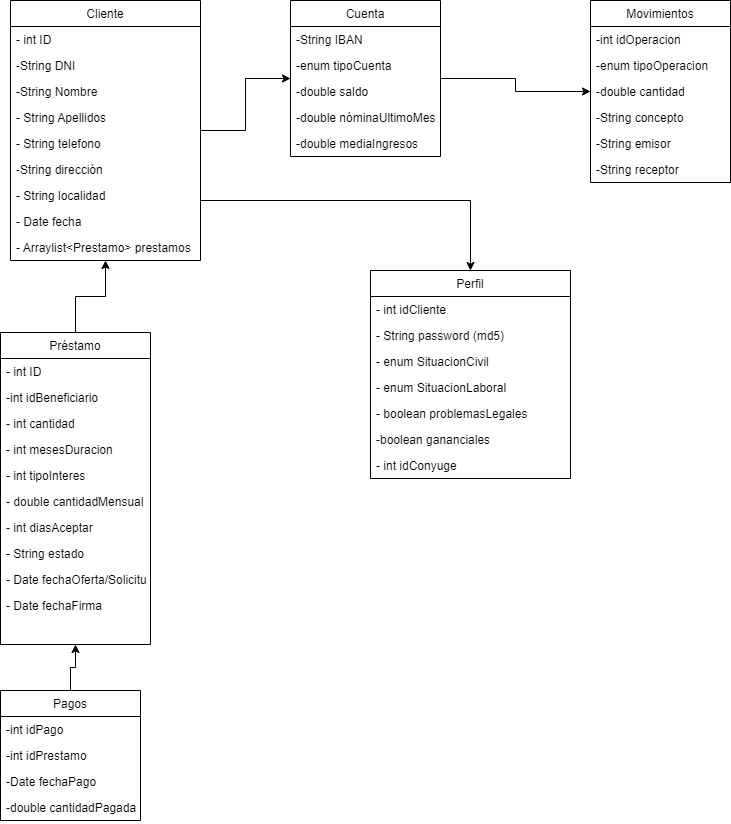
The draw.io diagram Diagrama clases.png in Kangelx/Equipo3, before a commit. Source tidied: cells renumbered, new cells last; positions are measured from the earlier drawing's top-left corner, leaving out a move shared by most shapes. Source of this version:
```xml
<mxGraphModel>
  <root>
    <mxCell id="0" />
    <mxCell id="1" parent="0" />
    <mxCell id="2" style="edgeStyle=orthogonalEdgeStyle;rounded=0;jettySize=auto;html=1;" parent="1" edge="1" source="4" target="23">
      <mxGeometry relative="1" as="geometry" />
    </mxCell>
    <mxCell id="3" style="edgeStyle=orthogonalEdgeStyle;rounded=0;jettySize=auto;html=1;" parent="1" edge="1" source="4" target="14">
      <mxGeometry relative="1" as="geometry">
        <Array as="points">
          <mxPoint x="470" y="200" />
        </Array>
      </mxGeometry>
    </mxCell>
    <mxCell id="4" value="Cliente" style="swimlane;fontStyle=0;horizontal=1;startSize=26;fillColor=none;" parent="1" vertex="1">
      <mxGeometry x="10" width="190" height="260" as="geometry" />
    </mxCell>
    <mxCell id="5" value="- int ID" style="text;strokeColor=none;fillColor=none;align=left;verticalAlign=top;spacingLeft=4;spacingRight=4;overflow=hidden;" parent="4" vertex="1">
      <mxGeometry y="26" width="190" height="26" as="geometry" />
    </mxCell>
    <mxCell id="6" value="-String DNI" style="text;strokeColor=none;fillColor=none;align=left;verticalAlign=top;spacingLeft=4;spacingRight=4;overflow=hidden;" parent="4" vertex="1">
      <mxGeometry y="52" width="190" height="26" as="geometry" />
    </mxCell>
    <mxCell id="7" value="-String Nombre" style="text;strokeColor=none;fillColor=none;align=left;verticalAlign=top;spacingLeft=4;spacingRight=4;overflow=hidden;" parent="4" vertex="1">
      <mxGeometry y="78" width="190" height="26" as="geometry" />
    </mxCell>
    <mxCell id="8" value="- String Apellidos" style="text;strokeColor=none;fillColor=none;align=left;verticalAlign=top;spacingLeft=4;spacingRight=4;overflow=hidden;" parent="4" vertex="1">
      <mxGeometry y="104" width="190" height="26" as="geometry" />
    </mxCell>
    <mxCell id="9" value="- String telefono" style="text;strokeColor=none;fillColor=none;align=left;verticalAlign=top;spacingLeft=4;spacingRight=4;overflow=hidden;" parent="4" vertex="1">
      <mxGeometry y="130" width="190" height="26" as="geometry" />
    </mxCell>
    <mxCell id="10" value="-String dirección" style="text;strokeColor=none;fillColor=none;align=left;verticalAlign=top;spacingLeft=4;spacingRight=4;overflow=hidden;" parent="4" vertex="1">
      <mxGeometry y="156" width="190" height="26" as="geometry" />
    </mxCell>
    <mxCell id="11" value="- String localidad" style="text;strokeColor=none;fillColor=none;align=left;verticalAlign=top;spacingLeft=4;spacingRight=4;overflow=hidden;" parent="4" vertex="1">
      <mxGeometry y="182" width="190" height="26" as="geometry" />
    </mxCell>
    <mxCell id="12" value="- Date fecha" style="text;strokeColor=none;fillColor=none;align=left;verticalAlign=top;spacingLeft=4;spacingRight=4;overflow=hidden;" parent="4" vertex="1">
      <mxGeometry y="208" width="190" height="26" as="geometry" />
    </mxCell>
    <mxCell id="13" value="- Arraylist&lt;Prestamo&gt; prestamos" style="text;strokeColor=none;fillColor=none;align=left;verticalAlign=top;spacingLeft=4;spacingRight=4;overflow=hidden;" parent="4" vertex="1">
      <mxGeometry y="234" width="190" height="26" as="geometry" />
    </mxCell>
    <mxCell id="14" value="Perfil" style="swimlane;fontStyle=0;horizontal=1;startSize=26;fillColor=none;" parent="1" vertex="1">
      <mxGeometry x="370" y="270" width="200" height="208" as="geometry" />
    </mxCell>
    <mxCell id="15" value="- int idCliente" style="text;strokeColor=none;fillColor=none;align=left;verticalAlign=top;spacingLeft=4;spacingRight=4;overflow=hidden;" parent="14" vertex="1">
      <mxGeometry y="26" width="200" height="26" as="geometry" />
    </mxCell>
    <mxCell id="16" value="- String password (md5)" style="text;strokeColor=none;fillColor=none;align=left;verticalAlign=top;spacingLeft=4;spacingRight=4;overflow=hidden;" parent="14" vertex="1">
      <mxGeometry y="52" width="200" height="26" as="geometry" />
    </mxCell>
    <mxCell id="17" value="- enum SituacionCivil" style="text;strokeColor=none;fillColor=none;align=left;verticalAlign=top;spacingLeft=4;spacingRight=4;overflow=hidden;" parent="14" vertex="1">
      <mxGeometry y="78" width="200" height="26" as="geometry" />
    </mxCell>
    <mxCell id="18" value="- enum SituacionLaboral" style="text;strokeColor=none;fillColor=none;align=left;verticalAlign=top;spacingLeft=4;spacingRight=4;overflow=hidden;" parent="14" vertex="1">
      <mxGeometry y="104" width="200" height="26" as="geometry" />
    </mxCell>
    <mxCell id="19" value="- boolean problemasLegales" style="text;strokeColor=none;fillColor=none;align=left;verticalAlign=top;spacingLeft=4;spacingRight=4;overflow=hidden;" parent="14" vertex="1">
      <mxGeometry y="130" width="200" height="26" as="geometry" />
    </mxCell>
    <mxCell id="20" value="-boolean gananciales" style="text;strokeColor=none;fillColor=none;align=left;verticalAlign=top;spacingLeft=4;spacingRight=4;overflow=hidden;" parent="14" vertex="1">
      <mxGeometry y="156" width="200" height="26" as="geometry" />
    </mxCell>
    <mxCell id="21" value="- int idConyuge" style="text;strokeColor=none;fillColor=none;align=left;verticalAlign=top;spacingLeft=4;spacingRight=4;overflow=hidden;" parent="14" vertex="1">
      <mxGeometry y="182" width="200" height="26" as="geometry" />
    </mxCell>
    <mxCell id="22" style="edgeStyle=orthogonalEdgeStyle;rounded=0;jettySize=auto;html=1;" parent="1" edge="1" source="23" target="29">
      <mxGeometry relative="1" as="geometry" />
    </mxCell>
    <mxCell id="23" value="Cuenta" style="swimlane;fontStyle=0;horizontal=1;startSize=26;fillColor=none;" parent="1" vertex="1">
      <mxGeometry x="290" width="150" height="156" as="geometry" />
    </mxCell>
    <mxCell id="24" value="-String IBAN" style="text;strokeColor=none;fillColor=none;align=left;verticalAlign=top;spacingLeft=4;spacingRight=4;overflow=hidden;" parent="23" vertex="1">
      <mxGeometry y="26" width="150" height="26" as="geometry" />
    </mxCell>
    <mxCell id="25" value="-enum tipoCuenta" style="text;strokeColor=none;fillColor=none;align=left;verticalAlign=top;spacingLeft=4;spacingRight=4;overflow=hidden;" parent="23" vertex="1">
      <mxGeometry y="52" width="150" height="26" as="geometry" />
    </mxCell>
    <mxCell id="26" value="-double saldo" style="text;strokeColor=none;fillColor=none;align=left;verticalAlign=top;spacingLeft=4;spacingRight=4;overflow=hidden;" parent="23" vertex="1">
      <mxGeometry y="78" width="150" height="26" as="geometry" />
    </mxCell>
    <mxCell id="27" value="-double nóminaUltimoMes" style="text;strokeColor=none;fillColor=none;align=left;verticalAlign=top;spacingLeft=4;spacingRight=4;overflow=hidden;" parent="23" vertex="1">
      <mxGeometry y="104" width="150" height="26" as="geometry" />
    </mxCell>
    <mxCell id="28" value="-double mediaIngresos" style="text;strokeColor=none;fillColor=none;align=left;verticalAlign=top;spacingLeft=4;spacingRight=4;overflow=hidden;" parent="23" vertex="1">
      <mxGeometry y="130" width="150" height="26" as="geometry" />
    </mxCell>
    <mxCell id="29" value="Movimientos" style="swimlane;fontStyle=0;horizontal=1;startSize=26;fillColor=none;" parent="1" vertex="1">
      <mxGeometry x="590" width="140" height="182" as="geometry" />
    </mxCell>
    <mxCell id="30" value="-int idOperacion" style="text;strokeColor=none;fillColor=none;align=left;verticalAlign=top;spacingLeft=4;spacingRight=4;overflow=hidden;" parent="29" vertex="1">
      <mxGeometry y="26" width="140" height="26" as="geometry" />
    </mxCell>
    <mxCell id="31" value="-enum tipoOperacion" style="text;strokeColor=none;fillColor=none;align=left;verticalAlign=top;spacingLeft=4;spacingRight=4;overflow=hidden;" parent="29" vertex="1">
      <mxGeometry y="52" width="140" height="26" as="geometry" />
    </mxCell>
    <mxCell id="32" value="-double cantidad" style="text;strokeColor=none;fillColor=none;align=left;verticalAlign=top;spacingLeft=4;spacingRight=4;overflow=hidden;" parent="29" vertex="1">
      <mxGeometry y="78" width="140" height="26" as="geometry" />
    </mxCell>
    <mxCell id="33" value="-String concepto" style="text;strokeColor=none;fillColor=none;align=left;verticalAlign=top;spacingLeft=4;spacingRight=4;overflow=hidden;" parent="29" vertex="1">
      <mxGeometry y="104" width="140" height="26" as="geometry" />
    </mxCell>
    <mxCell id="34" value="-String emisor" style="text;strokeColor=none;fillColor=none;align=left;verticalAlign=top;spacingLeft=4;spacingRight=4;overflow=hidden;" parent="29" vertex="1">
      <mxGeometry y="130" width="140" height="26" as="geometry" />
    </mxCell>
    <mxCell id="35" value="-String receptor" style="text;strokeColor=none;fillColor=none;align=left;verticalAlign=top;spacingLeft=4;spacingRight=4;overflow=hidden;" parent="29" vertex="1">
      <mxGeometry y="156" width="140" height="26" as="geometry" />
    </mxCell>
    <mxCell id="36" style="edgeStyle=orthogonalEdgeStyle;rounded=0;jettySize=auto;html=1;" parent="1" edge="1" source="37" target="43">
      <mxGeometry relative="1" as="geometry" />
    </mxCell>
    <mxCell id="37" value="Pagos" style="swimlane;fontStyle=0;horizontal=1;startSize=26;fillColor=none;" parent="1" vertex="1">
      <mxGeometry y="690" width="140" height="130" as="geometry" />
    </mxCell>
    <mxCell id="38" value="-int idPago" style="text;strokeColor=none;fillColor=none;align=left;verticalAlign=top;spacingLeft=4;spacingRight=4;overflow=hidden;" parent="37" vertex="1">
      <mxGeometry y="26" width="140" height="26" as="geometry" />
    </mxCell>
    <mxCell id="39" value="-int idPrestamo" style="text;strokeColor=none;fillColor=none;align=left;verticalAlign=top;spacingLeft=4;spacingRight=4;overflow=hidden;" parent="37" vertex="1">
      <mxGeometry y="52" width="140" height="26" as="geometry" />
    </mxCell>
    <mxCell id="40" value="-Date fechaPago" style="text;strokeColor=none;fillColor=none;align=left;verticalAlign=top;spacingLeft=4;spacingRight=4;overflow=hidden;" parent="37" vertex="1">
      <mxGeometry y="78" width="140" height="26" as="geometry" />
    </mxCell>
    <mxCell id="41" value="-double cantidadPagada" style="text;strokeColor=none;fillColor=none;align=left;verticalAlign=top;spacingLeft=4;spacingRight=4;overflow=hidden;" parent="37" vertex="1">
      <mxGeometry y="104" width="140" height="26" as="geometry" />
    </mxCell>
    <mxCell id="42" style="edgeStyle=orthogonalEdgeStyle;rounded=0;jettySize=auto;html=1;" parent="1" edge="1" source="43" target="4">
      <mxGeometry relative="1" as="geometry" />
    </mxCell>
    <mxCell id="43" value="Préstamo" style="swimlane;fontStyle=0;horizontal=1;startSize=26;fillColor=none;" parent="1" vertex="1">
      <mxGeometry y="332" width="150" height="312" as="geometry" />
    </mxCell>
    <mxCell id="44" value="- int ID" style="text;strokeColor=none;fillColor=none;align=left;verticalAlign=top;spacingLeft=4;spacingRight=4;overflow=hidden;" parent="43" vertex="1">
      <mxGeometry y="26" width="150" height="26" as="geometry" />
    </mxCell>
    <mxCell id="45" value="-int idBeneficiario" style="text;strokeColor=none;fillColor=none;align=left;verticalAlign=top;spacingLeft=4;spacingRight=4;overflow=hidden;" parent="43" vertex="1">
      <mxGeometry y="52" width="150" height="26" as="geometry" />
    </mxCell>
    <mxCell id="46" value="- int cantidad" style="text;strokeColor=none;fillColor=none;align=left;verticalAlign=top;spacingLeft=4;spacingRight=4;overflow=hidden;" parent="43" vertex="1">
      <mxGeometry y="78" width="150" height="26" as="geometry" />
    </mxCell>
    <mxCell id="47" value="- int mesesDuracion" style="text;strokeColor=none;fillColor=none;align=left;verticalAlign=top;spacingLeft=4;spacingRight=4;overflow=hidden;" parent="43" vertex="1">
      <mxGeometry y="104" width="150" height="26" as="geometry" />
    </mxCell>
    <mxCell id="48" value="- int tipoInteres" style="text;strokeColor=none;fillColor=none;align=left;verticalAlign=top;spacingLeft=4;spacingRight=4;overflow=hidden;" parent="43" vertex="1">
      <mxGeometry y="130" width="150" height="26" as="geometry" />
    </mxCell>
    <mxCell id="49" value="- double cantidadMensual" style="text;strokeColor=none;fillColor=none;align=left;verticalAlign=top;spacingLeft=4;spacingRight=4;overflow=hidden;" parent="43" vertex="1">
      <mxGeometry y="156" width="150" height="26" as="geometry" />
    </mxCell>
    <mxCell id="50" value="- int diasAceptar" style="text;strokeColor=none;fillColor=none;align=left;verticalAlign=top;spacingLeft=4;spacingRight=4;overflow=hidden;" parent="43" vertex="1">
      <mxGeometry y="182" width="150" height="26" as="geometry" />
    </mxCell>
    <mxCell id="51" value="- String estado" style="text;strokeColor=none;fillColor=none;align=left;verticalAlign=top;spacingLeft=4;spacingRight=4;overflow=hidden;" parent="43" vertex="1">
      <mxGeometry y="208" width="150" height="26" as="geometry" />
    </mxCell>
    <mxCell id="52" value="- Date fechaOferta/Solicitud" style="text;strokeColor=none;fillColor=none;align=left;verticalAlign=top;spacingLeft=4;spacingRight=4;overflow=hidden;" parent="43" vertex="1">
      <mxGeometry y="234" width="150" height="26" as="geometry" />
    </mxCell>
    <mxCell id="53" value="- Date fechaFirma" style="text;strokeColor=none;fillColor=none;align=left;verticalAlign=top;spacingLeft=4;spacingRight=4;overflow=hidden;" parent="43" vertex="1">
      <mxGeometry y="260" width="150" height="26" as="geometry" />
    </mxCell>
    <mxCell id="54" style="text;strokeColor=none;fillColor=none;align=left;verticalAlign=top;spacingLeft=4;spacingRight=4;overflow=hidden;" parent="43" vertex="1">
      <mxGeometry y="286" width="150" height="26" as="geometry" />
    </mxCell>
  </root>
</mxGraphModel>
```
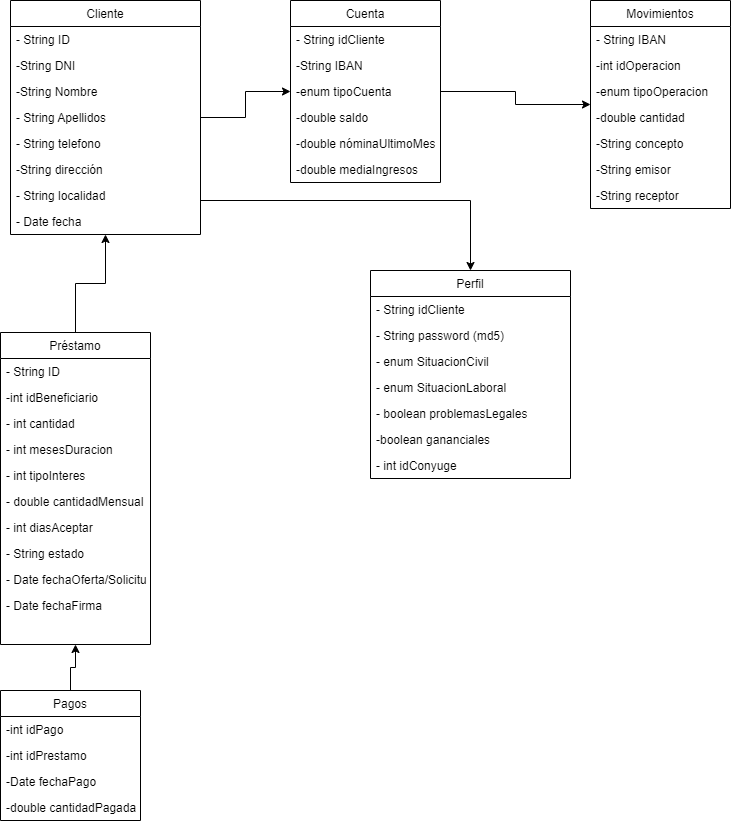
After the change.

Commit message:
Diagrama de clases actualizado

The edit, as a diff of the source:
```diff
@@ -13,9 +13,9 @@
       </mxGeometry>
     </mxCell>
     <mxCell id="4" value="Cliente" style="swimlane;fontStyle=0;horizontal=1;startSize=26;fillColor=none;" parent="1" vertex="1">
-      <mxGeometry x="10" width="190" height="260" as="geometry" />
+      <mxGeometry x="10" width="190" height="234" as="geometry" />
     </mxCell>
-    <mxCell id="5" value="- int ID" style="text;strokeColor=none;fillColor=none;align=left;verticalAlign=top;spacingLeft=4;spacingRight=4;overflow=hidden;" parent="4" vertex="1">
+    <mxCell id="5" value="- String ID" style="text;strokeColor=none;fillColor=none;align=left;verticalAlign=top;spacingLeft=4;spacingRight=4;overflow=hidden;" parent="4" vertex="1">
       <mxGeometry y="26" width="190" height="26" as="geometry" />
     </mxCell>
     <mxCell id="6" value="-String DNI" style="text;strokeColor=none;fillColor=none;align=left;verticalAlign=top;spacingLeft=4;spacingRight=4;overflow=hidden;" parent="4" vertex="1">
@@ -39,13 +39,10 @@
     <mxCell id="12" value="- Date fecha" style="text;strokeColor=none;fillColor=none;align=left;verticalAlign=top;spacingLeft=4;spacingRight=4;overflow=hidden;" parent="4" vertex="1">
       <mxGeometry y="208" width="190" height="26" as="geometry" />
     </mxCell>
-    <mxCell id="13" value="- Arraylist&lt;Prestamo&gt; prestamos" style="text;strokeColor=none;fillColor=none;align=left;verticalAlign=top;spacingLeft=4;spacingRight=4;overflow=hidden;" parent="4" vertex="1">
-      <mxGeometry y="234" width="190" height="26" as="geometry" />
-    </mxCell>
     <mxCell id="14" value="Perfil" style="swimlane;fontStyle=0;horizontal=1;startSize=26;fillColor=none;" parent="1" vertex="1">
       <mxGeometry x="370" y="270" width="200" height="208" as="geometry" />
     </mxCell>
-    <mxCell id="15" value="- int idCliente" style="text;strokeColor=none;fillColor=none;align=left;verticalAlign=top;spacingLeft=4;spacingRight=4;overflow=hidden;" parent="14" vertex="1">
+    <mxCell id="15" value="- String idCliente" style="text;strokeColor=none;fillColor=none;align=left;verticalAlign=top;spacingLeft=4;spacingRight=4;overflow=hidden;" parent="14" vertex="1">
       <mxGeometry y="26" width="200" height="26" as="geometry" />
     </mxCell>
     <mxCell id="16" value="- String password (md5)" style="text;strokeColor=none;fillColor=none;align=left;verticalAlign=top;spacingLeft=4;spacingRight=4;overflow=hidden;" parent="14" vertex="1">
@@ -70,43 +67,49 @@
       <mxGeometry relative="1" as="geometry" />
     </mxCell>
     <mxCell id="23" value="Cuenta" style="swimlane;fontStyle=0;horizontal=1;startSize=26;fillColor=none;" parent="1" vertex="1">
-      <mxGeometry x="290" width="150" height="156" as="geometry" />
+      <mxGeometry x="290" width="150" height="182" as="geometry" />
     </mxCell>
+    <mxCell id="55" value="- String idCliente" style="text;strokeColor=none;fillColor=none;align=left;verticalAlign=top;spacingLeft=4;spacingRight=4;overflow=hidden;" parent="23" vertex="1">
+      <mxGeometry y="26" width="150" height="26" as="geometry" />
+    </mxCell>
     <mxCell id="24" value="-String IBAN" style="text;strokeColor=none;fillColor=none;align=left;verticalAlign=top;spacingLeft=4;spacingRight=4;overflow=hidden;" parent="23" vertex="1">
-      <mxGeometry y="26" width="150" height="26" as="geometry" />
+      <mxGeometry y="52" width="150" height="26" as="geometry" />
     </mxCell>
     <mxCell id="25" value="-enum tipoCuenta" style="text;strokeColor=none;fillColor=none;align=left;verticalAlign=top;spacingLeft=4;spacingRight=4;overflow=hidden;" parent="23" vertex="1">
-      <mxGeometry y="52" width="150" height="26" as="geometry" />
+      <mxGeometry y="78" width="150" height="26" as="geometry" />
     </mxCell>
     <mxCell id="26" value="-double saldo" style="text;strokeColor=none;fillColor=none;align=left;verticalAlign=top;spacingLeft=4;spacingRight=4;overflow=hidden;" parent="23" vertex="1">
-      <mxGeometry y="78" width="150" height="26" as="geometry" />
+      <mxGeometry y="104" width="150" height="26" as="geometry" />
     </mxCell>
     <mxCell id="27" value="-double nóminaUltimoMes" style="text;strokeColor=none;fillColor=none;align=left;verticalAlign=top;spacingLeft=4;spacingRight=4;overflow=hidden;" parent="23" vertex="1">
-      <mxGeometry y="104" width="150" height="26" as="geometry" />
+      <mxGeometry y="130" width="150" height="26" as="geometry" />
     </mxCell>
     <mxCell id="28" value="-double mediaIngresos" style="text;strokeColor=none;fillColor=none;align=left;verticalAlign=top;spacingLeft=4;spacingRight=4;overflow=hidden;" parent="23" vertex="1">
-      <mxGeometry y="130" width="150" height="26" as="geometry" />
+      <mxGeometry y="156" width="150" height="26" as="geometry" />
     </mxCell>
     <mxCell id="29" value="Movimientos" style="swimlane;fontStyle=0;horizontal=1;startSize=26;fillColor=none;" parent="1" vertex="1">
-      <mxGeometry x="590" width="140" height="182" as="geometry" />
+      <mxGeometry x="590" width="140" height="208" as="geometry" />
     </mxCell>
+    <mxCell id="56" value="- String IBAN" style="text;strokeColor=none;fillColor=none;align=left;verticalAlign=top;spacingLeft=4;spacingRight=4;overflow=hidden;" parent="29" vertex="1">
+      <mxGeometry y="26" width="140" height="26" as="geometry" />
+    </mxCell>
     <mxCell id="30" value="-int idOperacion" style="text;strokeColor=none;fillColor=none;align=left;verticalAlign=top;spacingLeft=4;spacingRight=4;overflow=hidden;" parent="29" vertex="1">
-      <mxGeometry y="26" width="140" height="26" as="geometry" />
+      <mxGeometry y="52" width="140" height="26" as="geometry" />
     </mxCell>
     <mxCell id="31" value="-enum tipoOperacion" style="text;strokeColor=none;fillColor=none;align=left;verticalAlign=top;spacingLeft=4;spacingRight=4;overflow=hidden;" parent="29" vertex="1">
-      <mxGeometry y="52" width="140" height="26" as="geometry" />
+      <mxGeometry y="78" width="140" height="26" as="geometry" />
     </mxCell>
     <mxCell id="32" value="-double cantidad" style="text;strokeColor=none;fillColor=none;align=left;verticalAlign=top;spacingLeft=4;spacingRight=4;overflow=hidden;" parent="29" vertex="1">
-      <mxGeometry y="78" width="140" height="26" as="geometry" />
+      <mxGeometry y="104" width="140" height="26" as="geometry" />
     </mxCell>
     <mxCell id="33" value="-String concepto" style="text;strokeColor=none;fillColor=none;align=left;verticalAlign=top;spacingLeft=4;spacingRight=4;overflow=hidden;" parent="29" vertex="1">
-      <mxGeometry y="104" width="140" height="26" as="geometry" />
+      <mxGeometry y="130" width="140" height="26" as="geometry" />
     </mxCell>
     <mxCell id="34" value="-String emisor" style="text;strokeColor=none;fillColor=none;align=left;verticalAlign=top;spacingLeft=4;spacingRight=4;overflow=hidden;" parent="29" vertex="1">
-      <mxGeometry y="130" width="140" height="26" as="geometry" />
+      <mxGeometry y="156" width="140" height="26" as="geometry" />
     </mxCell>
     <mxCell id="35" value="-String receptor" style="text;strokeColor=none;fillColor=none;align=left;verticalAlign=top;spacingLeft=4;spacingRight=4;overflow=hidden;" parent="29" vertex="1">
-      <mxGeometry y="156" width="140" height="26" as="geometry" />
+      <mxGeometry y="182" width="140" height="26" as="geometry" />
     </mxCell>
     <mxCell id="36" style="edgeStyle=orthogonalEdgeStyle;rounded=0;jettySize=auto;html=1;" parent="1" edge="1" source="37" target="43">
       <mxGeometry relative="1" as="geometry" />
@@ -132,7 +135,7 @@
     <mxCell id="43" value="Préstamo" style="swimlane;fontStyle=0;horizontal=1;startSize=26;fillColor=none;" parent="1" vertex="1">
       <mxGeometry y="332" width="150" height="312" as="geometry" />
     </mxCell>
-    <mxCell id="44" value="- int ID" style="text;strokeColor=none;fillColor=none;align=left;verticalAlign=top;spacingLeft=4;spacingRight=4;overflow=hidden;" parent="43" vertex="1">
+    <mxCell id="44" value="- String ID" style="text;strokeColor=none;fillColor=none;align=left;verticalAlign=top;spacingLeft=4;spacingRight=4;overflow=hidden;" parent="43" vertex="1">
       <mxGeometry y="26" width="150" height="26" as="geometry" />
     </mxCell>
     <mxCell id="45" value="-int idBeneficiario" style="text;strokeColor=none;fillColor=none;align=left;verticalAlign=top;spacingLeft=4;spacingRight=4;overflow=hidden;" parent="43" vertex="1">
```
